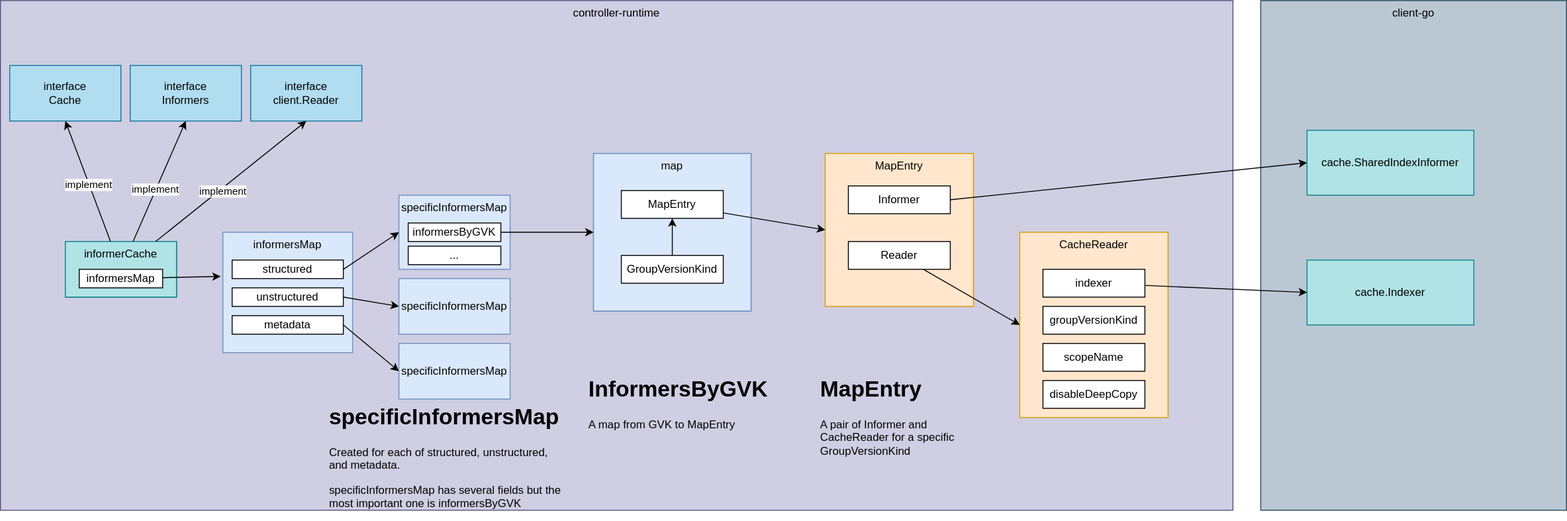
This is contents/kubernetes-operator/controller-runtime/cache/diagram.drawio.svg from nakamasato/kubernetes-training, a draw.io export, as it was before one commit. Source tidied: cells renumbered, new cells last; positions are measured from the earlier drawing's top-left corner, leaving out a move shared by most shapes.
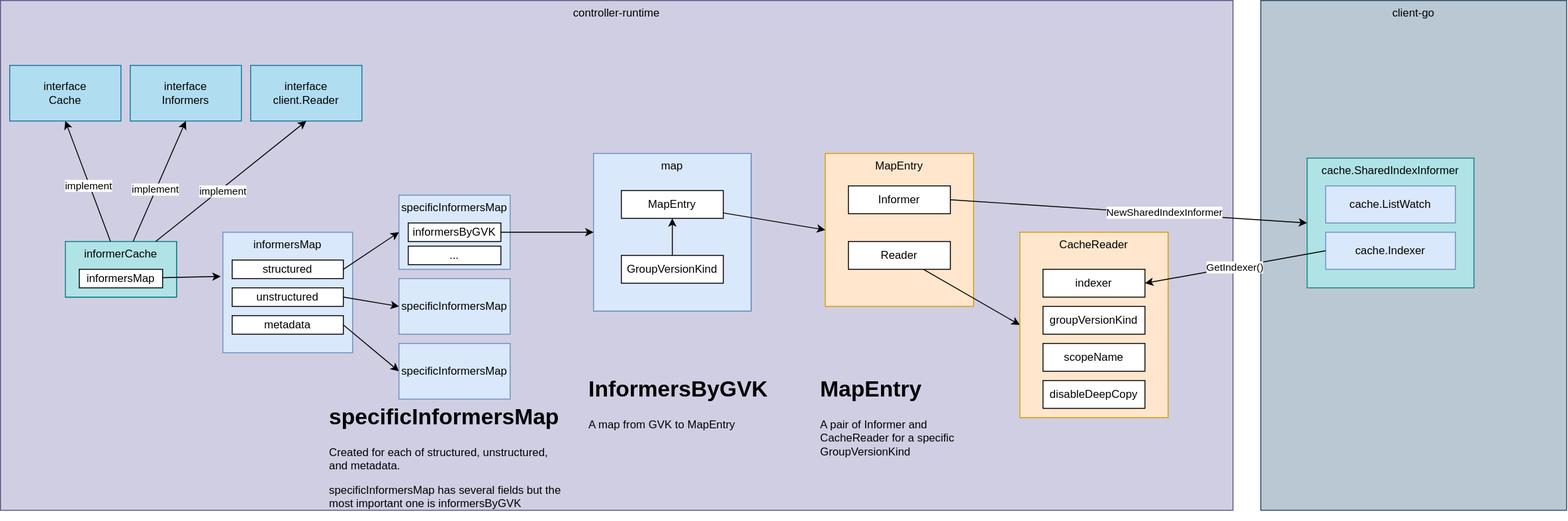
Above is the later version.

Commit message:
docs: controller-runtime cache (#203)

The edit, as a diff of the source:
```diff
@@ -65,6 +65,9 @@
     <mxCell id="22" style="edgeStyle=none;html=1;entryX=0;entryY=0.5;entryDx=0;entryDy=0;exitX=1;exitY=0.5;exitDx=0;exitDy=0;" parent="1" edge="1" source="23" target="33">
       <mxGeometry relative="1" as="geometry" />
     </mxCell>
+    <mxCell id="52" value="NewSharedIndexInformer" style="edgeLabel;html=1;align=center;verticalAlign=middle;" parent="22" vertex="1">
+      <mxGeometry x="0.2" y="1" relative="1" as="geometry" />
+    </mxCell>
     <mxCell id="23" value="Informer" style="rounded=0;whiteSpace=wrap;html=1;" parent="1" vertex="1">
       <mxGeometry x="915" y="200" width="110" height="30" as="geometry" />
     </mxCell>
@@ -80,9 +83,6 @@
     <mxCell id="27" value="CacheReader" style="rounded=0;whiteSpace=wrap;html=1;verticalAlign=top;fillColor=#ffe6cc;strokeColor=#d79b00;" parent="1" vertex="1">
       <mxGeometry x="1100" y="250" width="160" height="200" as="geometry" />
     </mxCell>
-    <mxCell id="28" style="edgeStyle=none;html=1;entryX=0;entryY=0.5;entryDx=0;entryDy=0;" parent="1" edge="1" source="29" target="34">
-      <mxGeometry relative="1" as="geometry" />
-    </mxCell>
     <mxCell id="29" value="indexer" style="rounded=0;whiteSpace=wrap;html=1;" parent="1" vertex="1">
       <mxGeometry x="1125" y="290" width="110" height="30" as="geometry" />
     </mxCell>
@@ -95,11 +95,11 @@
     <mxCell id="32" value="disableDeepCopy" style="rounded=0;whiteSpace=wrap;html=1;" parent="1" vertex="1">
       <mxGeometry x="1125" y="410" width="110" height="30" as="geometry" />
     </mxCell>
-    <mxCell id="33" value="cache.SharedIndexInformer" style="rounded=0;whiteSpace=wrap;html=1;verticalAlign=middle;fillColor=#b0e3e6;strokeColor=#0e8088;" parent="1" vertex="1">
-      <mxGeometry x="1410" y="140" width="180" height="70" as="geometry" />
+    <mxCell id="33" value="cache.SharedIndexInformer" style="rounded=0;whiteSpace=wrap;html=1;verticalAlign=top;fillColor=#b0e3e6;strokeColor=#0e8088;" parent="1" vertex="1">
+      <mxGeometry x="1410" y="170" width="180" height="140" as="geometry" />
     </mxCell>
-    <mxCell id="34" value="cache.Indexer" style="rounded=0;whiteSpace=wrap;html=1;verticalAlign=middle;fillColor=#b0e3e6;strokeColor=#0e8088;" parent="1" vertex="1">
-      <mxGeometry x="1410" y="280" width="180" height="70" as="geometry" />
+    <mxCell id="34" value="cache.Indexer" style="rounded=0;whiteSpace=wrap;html=1;verticalAlign=middle;fillColor=#dae8fc;strokeColor=#6c8ebf;" parent="1" vertex="1">
+      <mxGeometry x="1430" y="250" width="140" height="40" as="geometry" />
     </mxCell>
     <mxCell id="35" style="group;fillColor=#b0e3e6;strokeColor=#0e8088;" parent="1" vertex="1">
       <mxGeometry x="70" y="260" width="120" height="60" as="geometry" />
@@ -152,5 +152,11 @@
     <mxCell id="51" value="&lt;h1&gt;specificInformersMap&lt;/h1&gt;&lt;p&gt;Created for each of structured, unstructured, and metadata.&lt;/p&gt;&lt;p&gt;specificInformersMap has several fields but the most important one is informersByGVK&lt;/p&gt;" style="text;html=1;strokeColor=none;fillColor=none;spacing=5;spacingTop=-20;whiteSpace=wrap;overflow=hidden;rounded=0;" parent="1" vertex="1">
       <mxGeometry x="350" y="430" width="260" height="130" as="geometry" />
     </mxCell>
+    <mxCell id="28" value="GetIndexer()" style="edgeStyle=none;html=1;entryX=1;entryY=0.5;entryDx=0;entryDy=0;exitX=0;exitY=0.5;exitDx=0;exitDy=0;" parent="1" edge="1" source="34" target="29">
+      <mxGeometry relative="1" as="geometry" />
+    </mxCell>
+    <mxCell id="53" value="cache.ListWatch" style="rounded=0;whiteSpace=wrap;html=1;verticalAlign=middle;fillColor=#dae8fc;strokeColor=#6c8ebf;" parent="1" vertex="1">
+      <mxGeometry x="1430" y="200" width="140" height="40" as="geometry" />
+    </mxCell>
   </root>
 </mxGraphModel>
```
